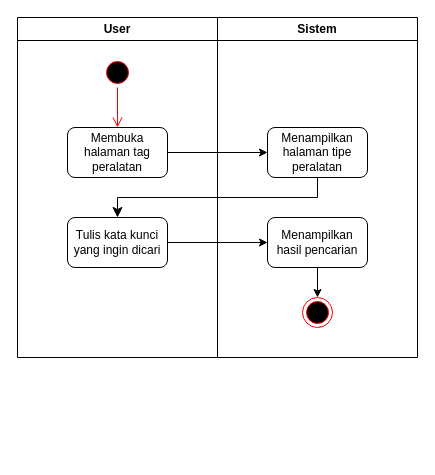
rismanrhz/idms keeps this draw.io diagram as DOKUMENTASI IDMS/tag number/caritagnumber.drawio. Above is the earlier version. Source tidied: cells renumbered, new cells numbered last; positions are measured from the earlier drawing's top-left corner, leaving out a move shared by most shapes. Both pictures are drawn from the tidied source at 100%, with x=0, y=0 at pixel (17, 17).
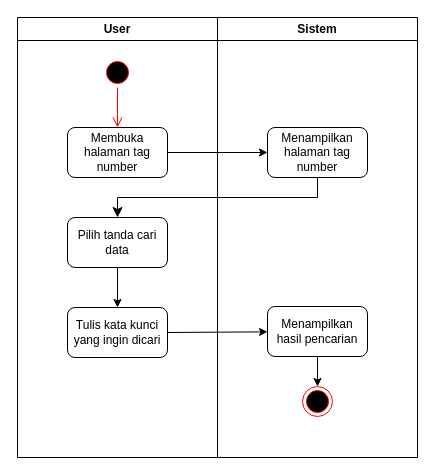
Above is the later version.

Change to the diagram source:
```diff
@@
 <mxGraphModel>
   <root>
     <mxCell id="0" />
     <mxCell id="1" parent="0" />
-    <mxCell id="2" value="User" style="swimlane;whiteSpace=wrap;html=1;" parent="1" vertex="1">
-      <mxGeometry width="200" height="340" as="geometry" />
-    </mxCell>
+    <mxCell id="14" value="User" style="swimlane;whiteSpace=wrap;html=1;" parent="1" vertex="1">
+      <mxGeometry width="200" height="440" as="geometry" />
+    </mxCell>
-    <mxCell id="3" style="ellipse;html=1;shape=startState;fillColor=#000000;strokeColor=#ff0000;" parent="2" vertex="1">
+    <mxCell id="3" style="ellipse;html=1;shape=startState;fillColor=#000000;strokeColor=#ff0000;" parent="14" vertex="1">
       <mxGeometry x="85" y="40" width="30" height="30" as="geometry" />
     </mxCell>
-    <mxCell id="4" style="edgeStyle=orthogonalEdgeStyle;html=1;verticalAlign=bottom;endArrow=open;endSize=8;strokeColor=#ff0000;entryX=0.5;entryY=0;entryDx=0;entryDy=0;" parent="2" edge="1" source="3" target="5">
-      <mxGeometry relative="1" as="geometry" />
-    </mxCell>
-    <mxCell id="5" value="Membuka halaman tag peralatan" style="rounded=1;whiteSpace=wrap;html=1;" parent="2" vertex="1">
-      <mxGeometry x="50" y="110" width="100" height="50" as="geometry" />
-    </mxCell>
+    <mxCell id="15" style="edgeStyle=orthogonalEdgeStyle;html=1;verticalAlign=bottom;endArrow=open;endSize=8;strokeColor=#ff0000;entryX=0.5;entryY=0;entryDx=0;entryDy=0;" parent="14" edge="1" source="3" target="16">
+      <mxGeometry relative="1" as="geometry" />
+    </mxCell>
+    <mxCell id="16" value="Membuka halaman tag number" style="rounded=1;whiteSpace=wrap;html=1;" parent="14" vertex="1">
+      <mxGeometry x="50" y="110" width="100" height="50" as="geometry" />
+    </mxCell>
+    <mxCell id="17" style="edgeStyle=none;html=1;" parent="14" edge="1" source="18" target="6">
+      <mxGeometry relative="1" as="geometry" />
+    </mxCell>
+    <mxCell id="18" value="Pilih tanda cari data" style="rounded=1;whiteSpace=wrap;html=1;" parent="14" vertex="1">
+      <mxGeometry x="50" y="200" width="100" height="50" as="geometry" />
+    </mxCell>
-    <mxCell id="6" value="Tulis kata kunci yang ingin dicari" style="rounded=1;whiteSpace=wrap;html=1;" parent="2" vertex="1">
-      <mxGeometry x="50" y="200" width="100" height="50" as="geometry" />
+    <mxCell id="6" value="Tulis kata kunci yang ingin dicari" style="rounded=1;whiteSpace=wrap;html=1;" parent="14" vertex="1">
+      <mxGeometry x="50" y="290" width="100" height="50" as="geometry" />
     </mxCell>
     <mxCell id="7" value="Sistem" style="swimlane;whiteSpace=wrap;html=1;" parent="1" vertex="1">
-      <mxGeometry x="200" width="200" height="340" as="geometry" />
+      <mxGeometry x="200" width="200" height="440" as="geometry" />
     </mxCell>
-    <mxCell id="8" value="Menampilkan halaman tipe peralatan" style="rounded=1;whiteSpace=wrap;html=1;" parent="7" vertex="1">
-      <mxGeometry x="50" y="110" width="100" height="50" as="geometry" />
-    </mxCell>
-    <mxCell id="9" style="edgeStyle=none;html=1;" parent="7" edge="1" source="10" target="11">
-      <mxGeometry relative="1" as="geometry" />
-    </mxCell>
+    <mxCell id="19" value="Menampilkan halaman tag number" style="rounded=1;whiteSpace=wrap;html=1;" parent="7" vertex="1">
+      <mxGeometry x="50" y="110" width="100" height="50" as="geometry" />
+    </mxCell>
+    <mxCell id="20" style="edgeStyle=none;html=1;" parent="7" edge="1" source="10" target="21">
+      <mxGeometry relative="1" as="geometry" />
+    </mxCell>
     <mxCell id="10" value="Menampilkan hasil pencarian" style="rounded=1;whiteSpace=wrap;html=1;" parent="7" vertex="1">
-      <mxGeometry x="50" y="200" width="100" height="50" as="geometry" />
+      <mxGeometry x="50" y="289" width="100" height="50" as="geometry" />
     </mxCell>
-    <mxCell id="11" style="ellipse;html=1;shape=endState;fillColor=#000000;strokeColor=#ff0000;" parent="7" vertex="1">
-      <mxGeometry x="85" y="280" width="30" height="30" as="geometry" />
-    </mxCell>
-    <mxCell id="12" style="edgeStyle=none;html=1;" parent="1" edge="1" source="5" target="8">
-      <mxGeometry relative="1" as="geometry" />
-    </mxCell>
-    <mxCell id="13" style="edgeStyle=elbowEdgeStyle;elbow=vertical;endArrow=classic;html=1;curved=0;rounded=0;endSize=8;startSize=8;exitX=0.5;exitY=1;exitDx=0;exitDy=0;entryX=0.5;entryY=0;entryDx=0;entryDy=0;" parent="1" edge="1" source="8" target="6">
-      <mxGeometry relative="1" as="geometry" />
-    </mxCell>
-    <mxCell id="14" style="edgeStyle=none;html=1;" parent="1" edge="1" source="6" target="10">
-      <mxGeometry relative="1" as="geometry" />
-    </mxCell>
+    <mxCell id="21" style="ellipse;html=1;shape=endState;fillColor=#000000;strokeColor=#ff0000;" parent="7" vertex="1">
+      <mxGeometry x="85" y="369" width="30" height="30" as="geometry" />
+    </mxCell>
+    <mxCell id="22" style="edgeStyle=none;html=1;" parent="1" edge="1" source="16" target="19">
+      <mxGeometry relative="1" as="geometry" />
+    </mxCell>
+    <mxCell id="23" style="edgeStyle=elbowEdgeStyle;elbow=vertical;endArrow=classic;html=1;curved=0;rounded=0;endSize=8;startSize=8;exitX=0.5;exitY=1;exitDx=0;exitDy=0;entryX=0.5;entryY=0;entryDx=0;entryDy=0;" parent="1" edge="1" source="19" target="18">
+      <mxGeometry relative="1" as="geometry" />
+    </mxCell>
+    <mxCell id="24" style="edgeStyle=none;html=1;exitX=1;exitY=0.5;exitDx=0;exitDy=0;" parent="1" edge="1" source="6" target="10">
+      <mxGeometry relative="1" as="geometry" />
+    </mxCell>
   </root>
 </mxGraphModel>
```
